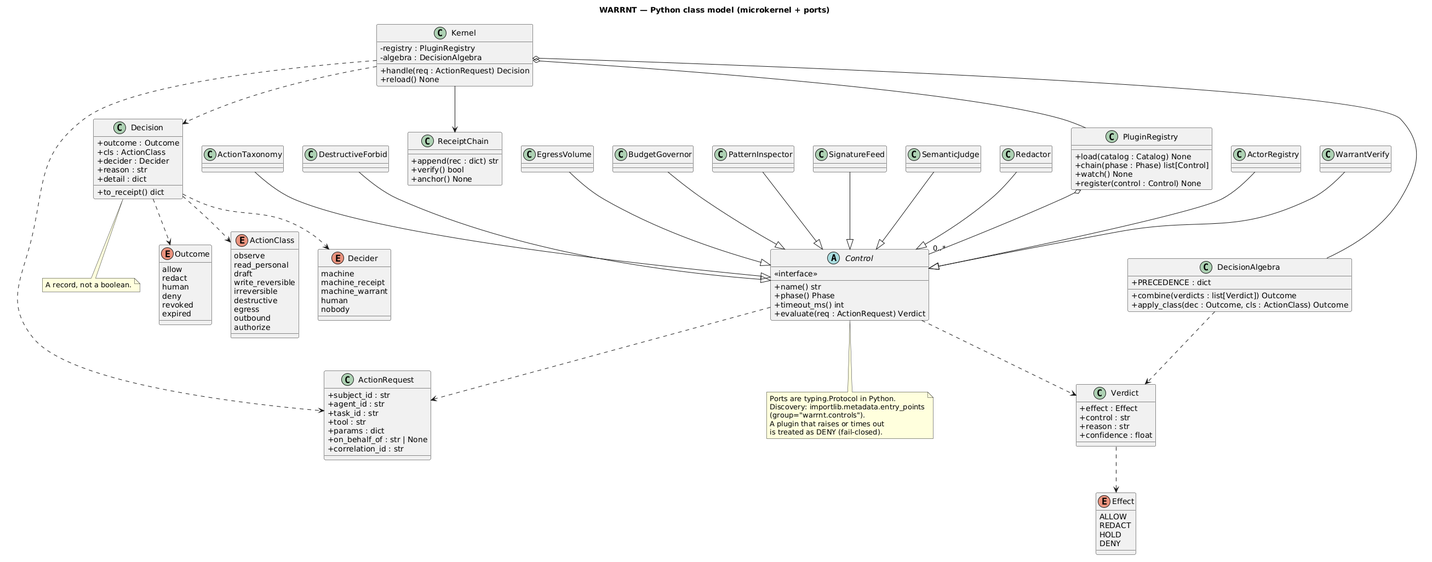
The PlantUML diagram docs/uml/kernel-classes.png in indrad3v4/hackyeah-2026-ai-control-layer, before a commit. Source of this version:
```plantuml
@startuml
title WARRNT — Python class model (microkernel + ports)
skinparam shadowing false
skinparam classAttributeIconSize 0

class ActionRequest {
  + subject_id : str
  + agent_id : str
  + task_id : str
  + tool : str
  + params : dict
  + on_behalf_of : str | None
  + correlation_id : str
}

enum Effect {
  ALLOW
  REDACT
  HOLD
  DENY
}

enum Outcome {
  allow
  redact
  human
  deny
  revoked
  expired
}

enum ActionClass {
  observe
  read_personal
  draft
  write_reversible
  irreversible
  destructive
  egress
  outbound
  authorize
}

enum Decider {
  machine
  machine_receipt
  machine_warrant
  human
  nobody
}

class Verdict {
  + effect : Effect
  + control : str
  + reason : str
  + confidence : float
}

class Decision {
  + outcome : Outcome
  + cls : ActionClass
  + decider : Decider
  + reason : str
  + detail : dict
  + to_receipt() dict
}

class Kernel {
  - registry : PluginRegistry
  - algebra : DecisionAlgebra
  + handle(req : ActionRequest) Decision
  + reload() None
}

class PluginRegistry {
  + load(catalog : Catalog) None
  + chain(phase : Phase) list[Control]
  + watch() None
  + register(control : Control) None
}

class DecisionAlgebra {
  + PRECEDENCE : dict
  + combine(verdicts : list[Verdict]) Outcome
  + apply_class(dec : Outcome, cls : ActionClass) Outcome
}

class ReceiptChain {
  + append(rec : dict) str
  + verify() bool
  + anchor() None
}

abstract class Control {
  <<interface>>
  + name() str
  + phase() Phase
  + timeout_ms() int
  + evaluate(req : ActionRequest) Verdict
}

class ActorRegistry
class WarrantVerify
class ActionTaxonomy
class DestructiveForbid
class EgressVolume
class BudgetGovernor
class PatternInspector
class SignatureFeed
class SemanticJudge
class Redactor

Kernel o-- PluginRegistry
Kernel o-- DecisionAlgebra
Kernel ..> ActionRequest
Kernel ..> Decision
PluginRegistry o-- "0..*" Control
DecisionAlgebra ..> Verdict
Control ..> Verdict
Control ..> ActionRequest
ActorRegistry --|> Control
WarrantVerify --|> Control
ActionTaxonomy --|> Control
DestructiveForbid --|> Control
EgressVolume --|> Control
BudgetGovernor --|> Control
PatternInspector --|> Control
SignatureFeed --|> Control
SemanticJudge --|> Control
Redactor --|> Control
Decision ..> Outcome
Decision ..> ActionClass
Decision ..> Decider
Verdict ..> Effect
Kernel --> ReceiptChain
note bottom of Control
  Ports are typing.Protocol in Python.
  Discovery: importlib.metadata.entry_points
  (group="warrnt.controls").
  A plugin that raises or times out
  is treated as DENY (fail-closed).
end note
note bottom of Decision
  A record, not a boolean.
end note
@enduml
```
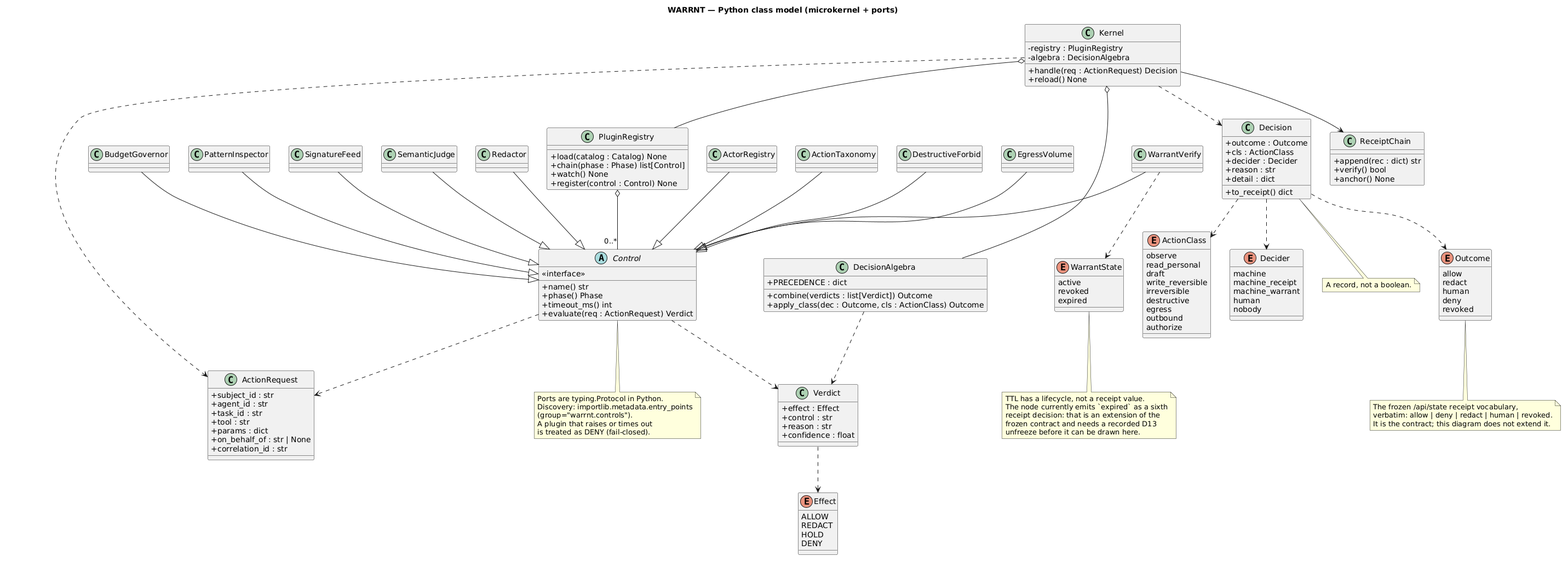
After the change.

Commit message:
docs(uml): keep the receipt vocabulary at the frozen five

Change to the diagram source:
```diff
@@ -25,6 +25,11 @@
   redact
   human
   deny
+  revoked
+}
+
+enum WarrantState {
+  active
   revoked
   expired
 }
@@ -120,6 +125,7 @@
 Control ..> ActionRequest
 ActorRegistry --|> Control
 WarrantVerify --|> Control
+WarrantVerify ..> WarrantState
 ActionTaxonomy --|> Control
 DestructiveForbid --|> Control
 EgressVolume --|> Control
@@ -140,6 +146,18 @@
   A plugin that raises or times out
   is treated as DENY (fail-closed).
 end note
+note bottom of Outcome
+  The frozen /api/state receipt vocabulary,
+  verbatim: allow | deny | redact | human | revoked.
+  It is the contract; this diagram does not extend it.
+end note
+note bottom of WarrantState
+  TTL has a lifecycle, not a receipt value.
+  The node currently emits `expired` as a sixth
+  receipt decision: that is an extension of the
+  frozen contract and needs a recorded D13
+  unfreeze before it can be drawn here.
+end note
 note bottom of Decision
   A record, not a boolean.
 end note
```
